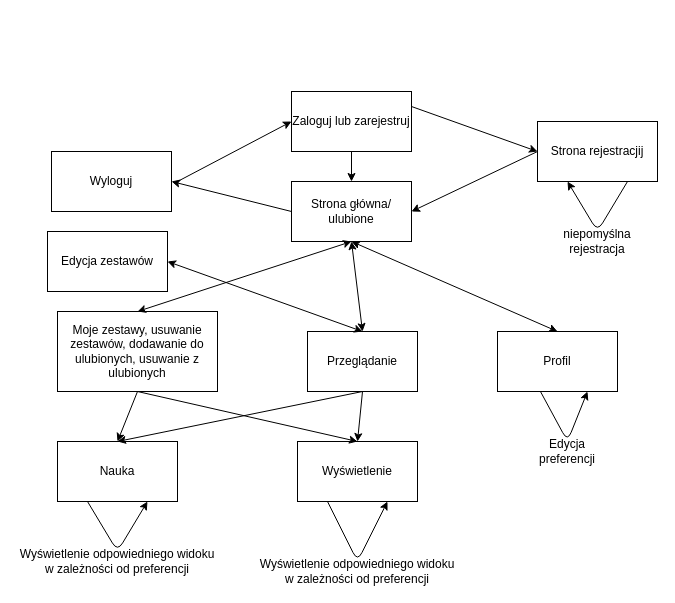
Before: Untitled Diagram.drawio in AgnieszkaGlisz/DELP, a draw.io diagram. Source tidied: cells renumbered, new cells numbered last; positions are measured from the earlier drawing's top-left corner, leaving out a move shared by most shapes. Both pictures are drawn from the tidied source at 100%, with x=0, y=0 at pixel (17, 91).
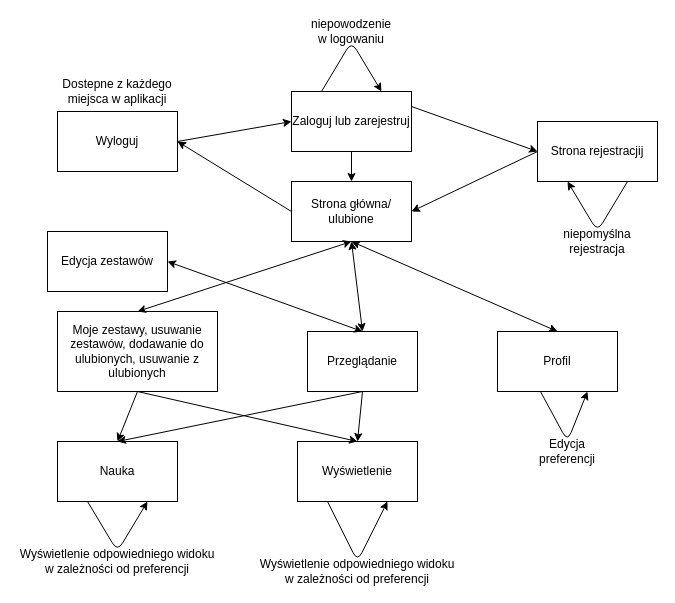
Above is the later version.

Unchanged cells that the change refers to:
```xml
<mxCell id="2" value="Zaloguj lub zarejestruj" style="rounded=0;whiteSpace=wrap;html=1;" parent="1" vertex="1">
  <mxGeometry x="274" width="120" height="60" as="geometry" />
</mxCell>
```

Change to the diagram source:
```diff
@@
     <mxCell id="13" value="Wyloguj" style="rounded=0;whiteSpace=wrap;html=1;" parent="1" vertex="1">
-      <mxGeometry x="34" y="60" width="120" height="60" as="geometry" />
+      <mxGeometry x="40" y="20" width="120" height="60" as="geometry" />
     </mxCell>
@@
-    <mxCell id="15" style="endArrow=classic;html=1;entryX=0;entryY=0.5;entryDx=0;entryDy=0;" parent="1" edge="1" target="2">
-      <mxGeometry relative="1" as="geometry">
-        <mxPoint x="160" y="90" as="sourcePoint" />
-      </mxGeometry>
+    <mxCell id="15" style="endArrow=classic;html=1;entryX=0;entryY=0.5;entryDx=0;entryDy=0;exitX=1;exitY=0.5;exitDx=0;exitDy=0;" parent="1" edge="1" source="13" target="2">
+      <mxGeometry relative="1" as="geometry" />
     </mxCell>
@@
+    <mxCell id="33" style="endArrow=classic;html=1;exitX=0.25;exitY=0;exitDx=0;exitDy=0;entryX=0.75;entryY=0;entryDx=0;entryDy=0;" parent="1" edge="1" source="2" target="2">
+      <mxGeometry relative="1" as="geometry">
+        <Array as="points">
+          <mxPoint x="334" y="-50" />
+        </Array>
+      </mxGeometry>
+    </mxCell>
+    <mxCell id="34" value="niepowodzenie w logowaniu" style="text;html=1;strokeColor=none;fillColor=none;align=center;verticalAlign=middle;whiteSpace=wrap;rounded=0;" parent="1" vertex="1">
+      <mxGeometry x="302" y="-70" width="64" height="20" as="geometry" />
+    </mxCell>
+    <mxCell id="35" value="Dostepne z każdego miejsca w aplikacji" style="text;html=1;strokeColor=none;fillColor=none;align=center;verticalAlign=middle;whiteSpace=wrap;rounded=0;" parent="1" vertex="1">
+      <mxGeometry x="30" y="-10" width="140" height="20" as="geometry" />
+    </mxCell>
```
